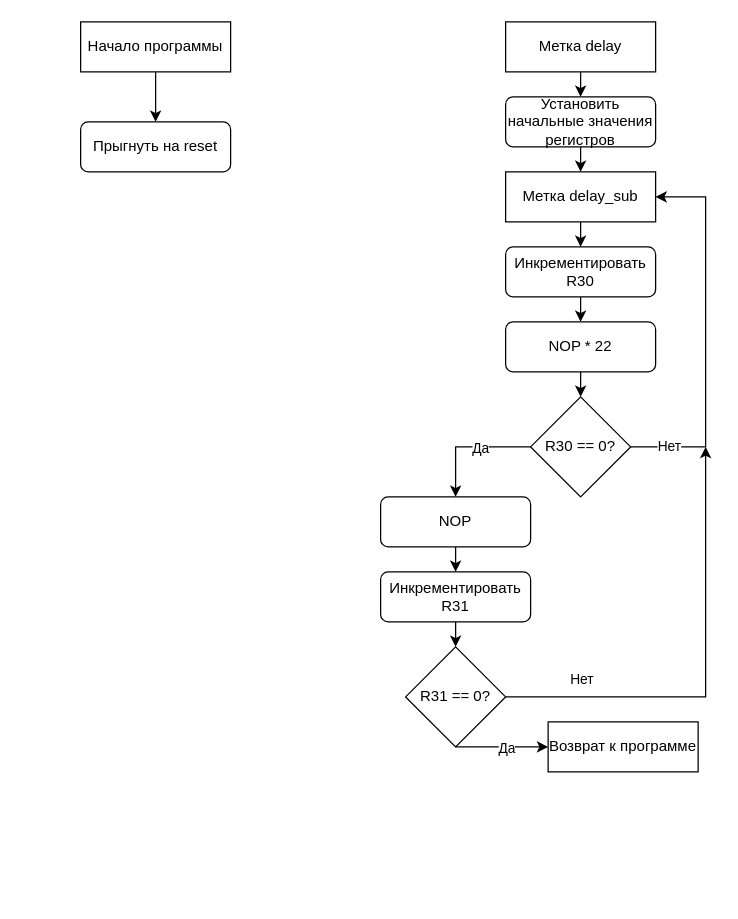
Earlier version of the draw.io diagram ASVT_LAB_1/1 лаба/Untitled-1.drawio (Numillyash/ASVT). Source tidied: cells renumbered, new cells numbered last; positions are measured from the earlier drawing's top-left corner, leaving out a move shared by most shapes. Both pictures are drawn from the tidied source at 125%, with x=0, y=0 at pixel (80, 21).
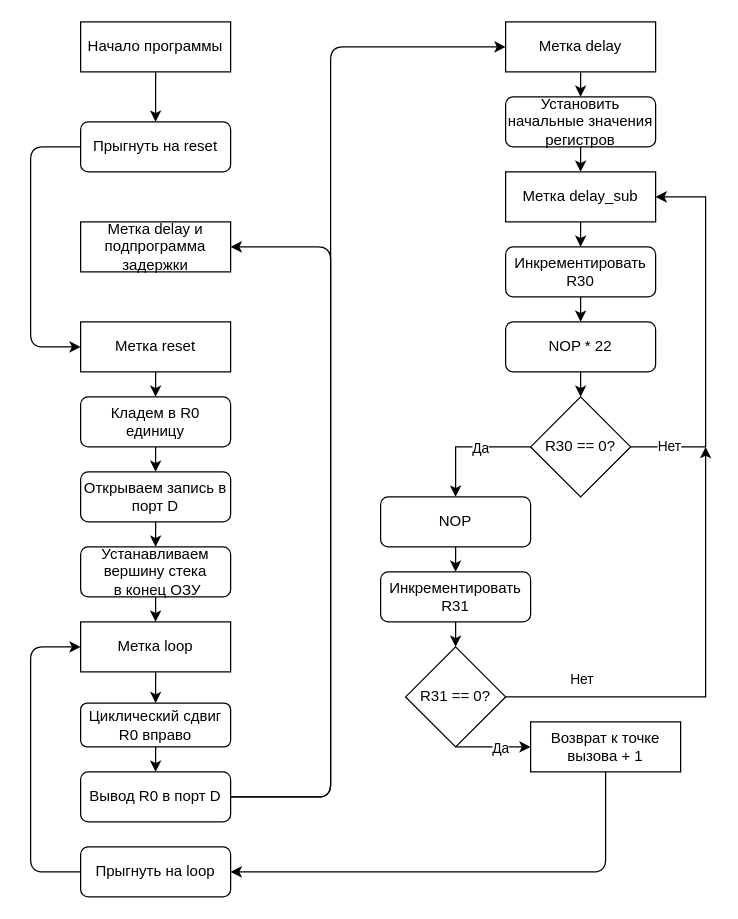
Above is the later version.

Commit message (it also covers changes not shown here):
Закончена диаграмма программы

Unchanged cells that the change refers to:
```xml
<mxCell id="6" value="Прыгнуть на reset" style="rounded=1;whiteSpace=wrap;html=1;" parent="1" vertex="1">
  <mxGeometry y="80" width="120" height="40" as="geometry" />
</mxCell>
```

What changed in the source:
```diff
@@
+    <mxCell id="30" style="edgeStyle=none;html=1;entryX=0;entryY=0.5;entryDx=0;entryDy=0;" parent="1" edge="1" source="6" target="33">
+      <mxGeometry relative="1" as="geometry">
+        <Array as="points">
+          <mxPoint x="-40" y="100" />
+          <mxPoint x="-40" y="260" />
+        </Array>
+      </mxGeometry>
+    </mxCell>
@@
+    <mxCell id="31" style="edgeStyle=none;html=1;entryX=1;entryY=0.5;entryDx=0;entryDy=0;" parent="1" edge="1" source="29" target="49">
+      <mxGeometry relative="1" as="geometry">
+        <Array as="points">
+          <mxPoint x="420" y="680" />
+        </Array>
+      </mxGeometry>
+    </mxCell>
-    <mxCell id="29" value="Возврат к программе" style="rounded=0;whiteSpace=wrap;html=1;" parent="1" vertex="1">
-      <mxGeometry x="374" y="560" width="120" height="40" as="geometry" />
+    <mxCell id="29" value="Возврат к точке вызова + 1" style="rounded=0;whiteSpace=wrap;html=1;" parent="1" vertex="1">
+      <mxGeometry x="360" y="560" width="120" height="40" as="geometry" />
     </mxCell>
+    <mxCell id="32" style="edgeStyle=none;html=1;entryX=0.5;entryY=0;entryDx=0;entryDy=0;" parent="1" edge="1" source="33" target="36">
+      <mxGeometry relative="1" as="geometry" />
+    </mxCell>
+    <mxCell id="33" value="Метка reset" style="rounded=0;whiteSpace=wrap;html=1;" parent="1" vertex="1">
+      <mxGeometry y="240" width="120" height="40" as="geometry" />
+    </mxCell>
+    <mxCell id="34" value="Метка delay и подпрограмма задержки" style="rounded=0;whiteSpace=wrap;html=1;" parent="1" vertex="1">
+      <mxGeometry y="160" width="120" height="40" as="geometry" />
+    </mxCell>
+    <mxCell id="35" style="edgeStyle=none;html=1;entryX=0.5;entryY=0;entryDx=0;entryDy=0;" parent="1" edge="1" source="36" target="38">
+      <mxGeometry relative="1" as="geometry" />
+    </mxCell>
+    <mxCell id="36" value="Кладем в R0 единицу" style="rounded=1;whiteSpace=wrap;html=1;" parent="1" vertex="1">
+      <mxGeometry y="300" width="120" height="40" as="geometry" />
+    </mxCell>
+    <mxCell id="37" style="edgeStyle=none;html=1;entryX=0.5;entryY=0;entryDx=0;entryDy=0;" parent="1" edge="1" source="38" target="40">
+      <mxGeometry relative="1" as="geometry" />
+    </mxCell>
+    <mxCell id="38" value="Открываем запись в порт D" style="rounded=1;whiteSpace=wrap;html=1;" parent="1" vertex="1">
+      <mxGeometry y="360" width="120" height="40" as="geometry" />
+    </mxCell>
+    <mxCell id="39" style="edgeStyle=none;html=1;entryX=0.5;entryY=0;entryDx=0;entryDy=0;" parent="1" edge="1" source="40" target="42">
+      <mxGeometry relative="1" as="geometry" />
+    </mxCell>
+    <mxCell id="40" value="Устанавливаем вершину стека&lt;br&gt;&amp;nbsp;в конец ОЗУ" style="rounded=1;whiteSpace=wrap;html=1;" parent="1" vertex="1">
+      <mxGeometry y="420" width="120" height="40" as="geometry" />
+    </mxCell>
+    <mxCell id="41" style="edgeStyle=none;html=1;entryX=0.5;entryY=0;entryDx=0;entryDy=0;" parent="1" edge="1" source="42" target="44">
+      <mxGeometry relative="1" as="geometry" />
+    </mxCell>
+    <mxCell id="42" value="Метка loop" style="rounded=0;whiteSpace=wrap;html=1;" parent="1" vertex="1">
+      <mxGeometry y="480" width="120" height="40" as="geometry" />
+    </mxCell>
+    <mxCell id="43" style="edgeStyle=none;html=1;entryX=0.5;entryY=0;entryDx=0;entryDy=0;" parent="1" edge="1" source="44" target="47">
+      <mxGeometry relative="1" as="geometry" />
+    </mxCell>
+    <mxCell id="44" value="Циклический сдвиг R0 вправо" style="rounded=1;whiteSpace=wrap;html=1;" parent="1" vertex="1">
+      <mxGeometry y="545" width="120" height="35" as="geometry" />
+    </mxCell>
+    <mxCell id="45" style="edgeStyle=none;html=1;" parent="1" edge="1" source="47">
+      <mxGeometry relative="1" as="geometry">
+        <mxPoint x="340" y="20" as="targetPoint" />
+        <Array as="points">
+          <mxPoint x="200" y="620" />
+          <mxPoint x="200" y="180" />
+          <mxPoint x="200" y="20" />
+        </Array>
+      </mxGeometry>
+    </mxCell>
+    <mxCell id="46" style="edgeStyle=none;html=1;entryX=1;entryY=0.5;entryDx=0;entryDy=0;" parent="1" edge="1" source="47" target="34">
+      <mxGeometry relative="1" as="geometry">
+        <Array as="points">
+          <mxPoint x="200" y="620" />
+          <mxPoint x="200" y="180" />
+        </Array>
+      </mxGeometry>
+    </mxCell>
+    <mxCell id="47" value="Вывод R0 в порт D" style="rounded=1;whiteSpace=wrap;html=1;" parent="1" vertex="1">
+      <mxGeometry y="600" width="120" height="40" as="geometry" />
+    </mxCell>
+    <mxCell id="48" style="edgeStyle=none;html=1;entryX=0;entryY=0.5;entryDx=0;entryDy=0;" parent="1" edge="1" source="49" target="42">
+      <mxGeometry relative="1" as="geometry">
+        <Array as="points">
+          <mxPoint x="-40" y="680" />
+          <mxPoint x="-40" y="500" />
+        </Array>
+      </mxGeometry>
+    </mxCell>
+    <mxCell id="49" value="Прыгнуть на loop" style="rounded=1;whiteSpace=wrap;html=1;" parent="1" vertex="1">
+      <mxGeometry y="660" width="120" height="40" as="geometry" />
+    </mxCell>
```
